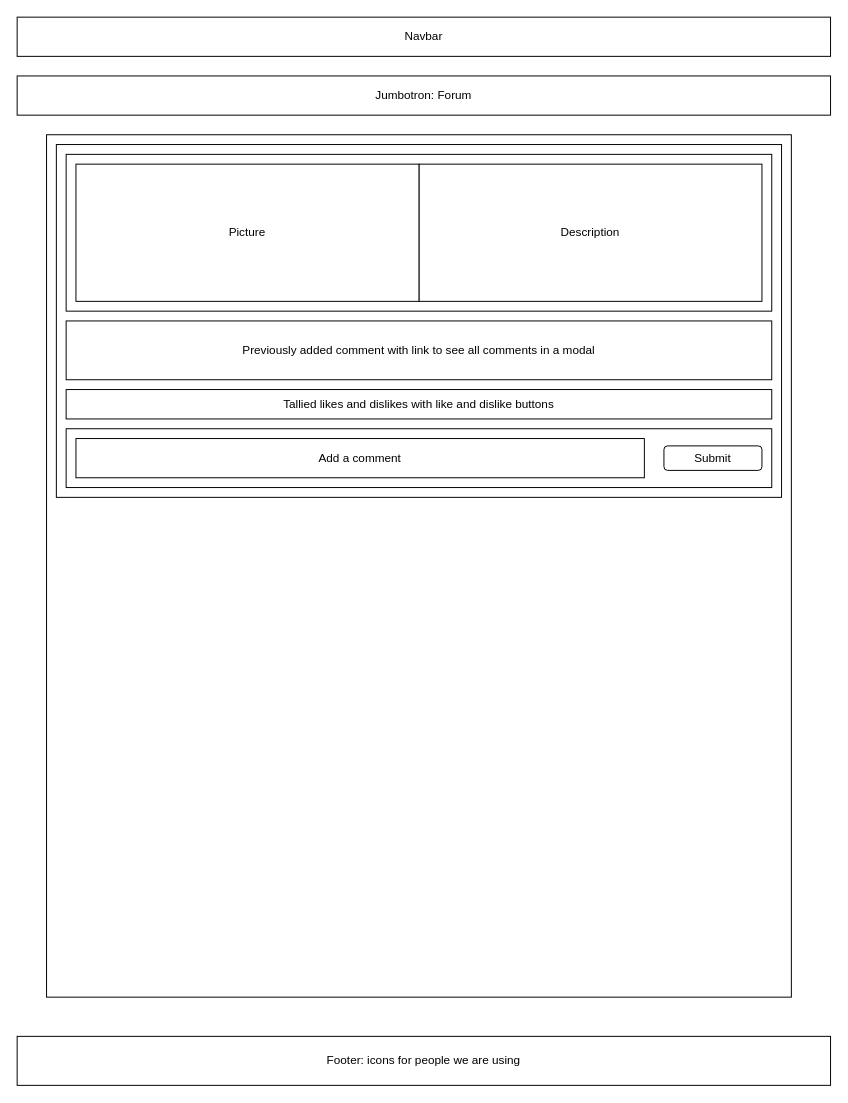
The draw.io diagram page "Forums" (2 of 9) of Untitled Diagram.drawio in the-master-chefs/rockclimbingapp, before the edit. Source tidied: cells renumbered, new cells numbered last; positions are measured from the earlier drawing's top-left corner, leaving out a move shared by most shapes. Both pictures are drawn from the tidied source at 98%, with x=0, y=0 at pixel (17, 17).
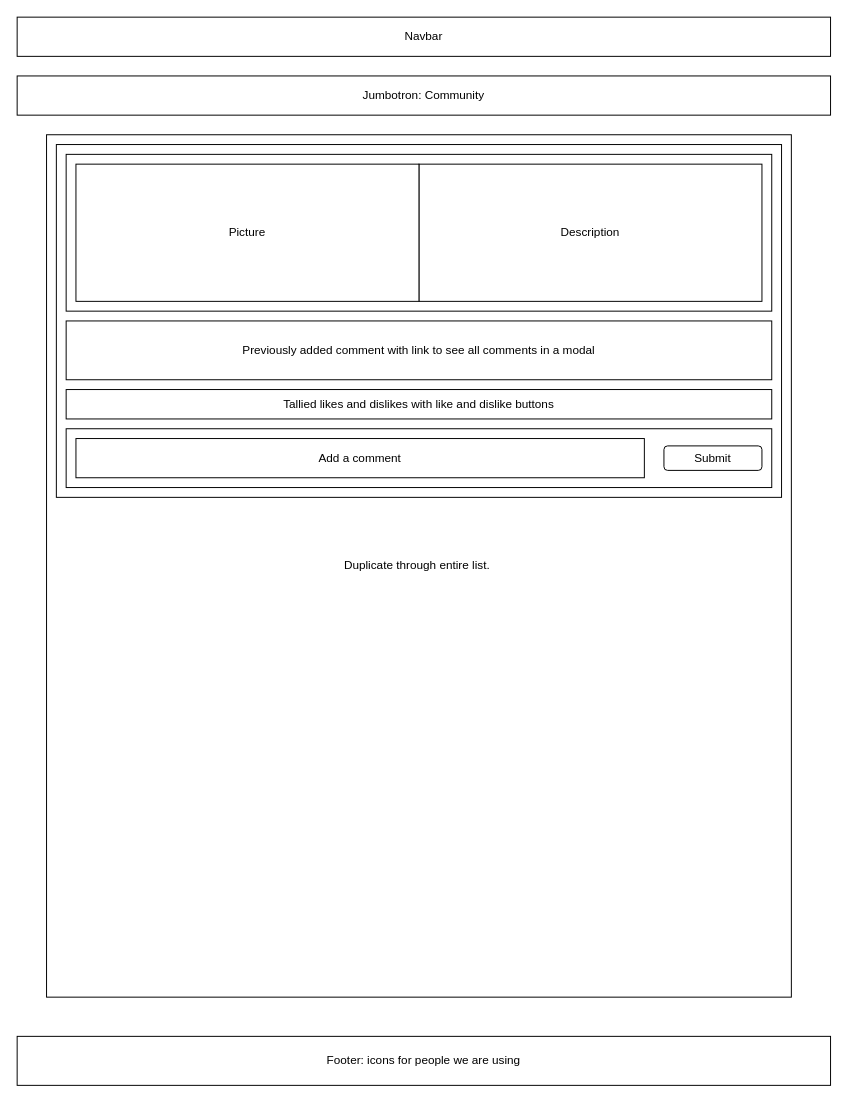
Above is the later version.

The edit, as a diff of the source:
```diff
@@
 <mxGraphModel>
   <root>
     <mxCell id="0" />
     <mxCell id="1" parent="0" />
     <mxCell id="2" value="Navbar" style="rounded=0;whiteSpace=wrap;html=1;" parent="1" vertex="1">
       <mxGeometry width="830" height="40" as="geometry" />
     </mxCell>
-    <mxCell id="3" value="Jumbotron: Forum" style="rounded=0;whiteSpace=wrap;html=1;" parent="1" vertex="1">
+    <mxCell id="3" value="Jumbotron: Community" style="rounded=0;whiteSpace=wrap;html=1;" parent="1" vertex="1">
       <mxGeometry y="60" width="830" height="40" as="geometry" />
     </mxCell>
     <mxCell id="4" value="Footer: icons for people we are using" style="rounded=0;whiteSpace=wrap;html=1;" parent="1" vertex="1">
       <mxGeometry y="1040" width="830" height="50" as="geometry" />
     </mxCell>
-    <mxCell id="5" style="rounded=0;whiteSpace=wrap;html=1;" parent="1" vertex="1">
+    <mxCell id="5" value="Duplicate through entire list.&amp;nbsp;" style="rounded=0;whiteSpace=wrap;html=1;" parent="1" vertex="1">
       <mxGeometry x="30" y="120" width="760" height="880" as="geometry" />
     </mxCell>
     <mxCell id="6" style="rounded=0;whiteSpace=wrap;html=1;" parent="1" vertex="1">
       <mxGeometry x="40" y="130" width="740" height="360" as="geometry" />
     </mxCell>
     <mxCell id="7" style="rounded=0;whiteSpace=wrap;html=1;" parent="1" vertex="1">
       <mxGeometry x="50" y="140" width="720" height="160" as="geometry" />
     </mxCell>
     <mxCell id="8" value="Previously added comment with link to see all comments in a modal" style="rounded=0;whiteSpace=wrap;html=1;" parent="1" vertex="1">
       <mxGeometry x="50" y="310" width="720" height="60" as="geometry" />
     </mxCell>
     <mxCell id="9" value="Tallied likes and dislikes with like and dislike buttons" style="rounded=0;whiteSpace=wrap;html=1;" parent="1" vertex="1">
       <mxGeometry x="50" y="380" width="720" height="30" as="geometry" />
     </mxCell>
     <mxCell id="10" value="Description" style="rounded=0;whiteSpace=wrap;html=1;" parent="1" vertex="1">
       <mxGeometry x="410" y="150" width="350" height="140" as="geometry" />
     </mxCell>
     <mxCell id="11" value="Picture" style="rounded=0;whiteSpace=wrap;html=1;" parent="1" vertex="1">
       <mxGeometry x="60" y="150" width="350" height="140" as="geometry" />
     </mxCell>
     <mxCell id="12" style="rounded=0;whiteSpace=wrap;html=1;" parent="1" vertex="1">
       <mxGeometry x="50" y="420" width="720" height="60" as="geometry" />
     </mxCell>
     <mxCell id="13" value="Add a comment" style="rounded=0;whiteSpace=wrap;html=1;" parent="1" vertex="1">
       <mxGeometry x="60" y="430" width="580" height="40" as="geometry" />
     </mxCell>
     <mxCell id="14" value="Submit" style="rounded=1;whiteSpace=wrap;html=1;" parent="1" vertex="1">
       <mxGeometry x="660" y="437.5" width="100" height="25" as="geometry" />
     </mxCell>
   </root>
 </mxGraphModel>
```
